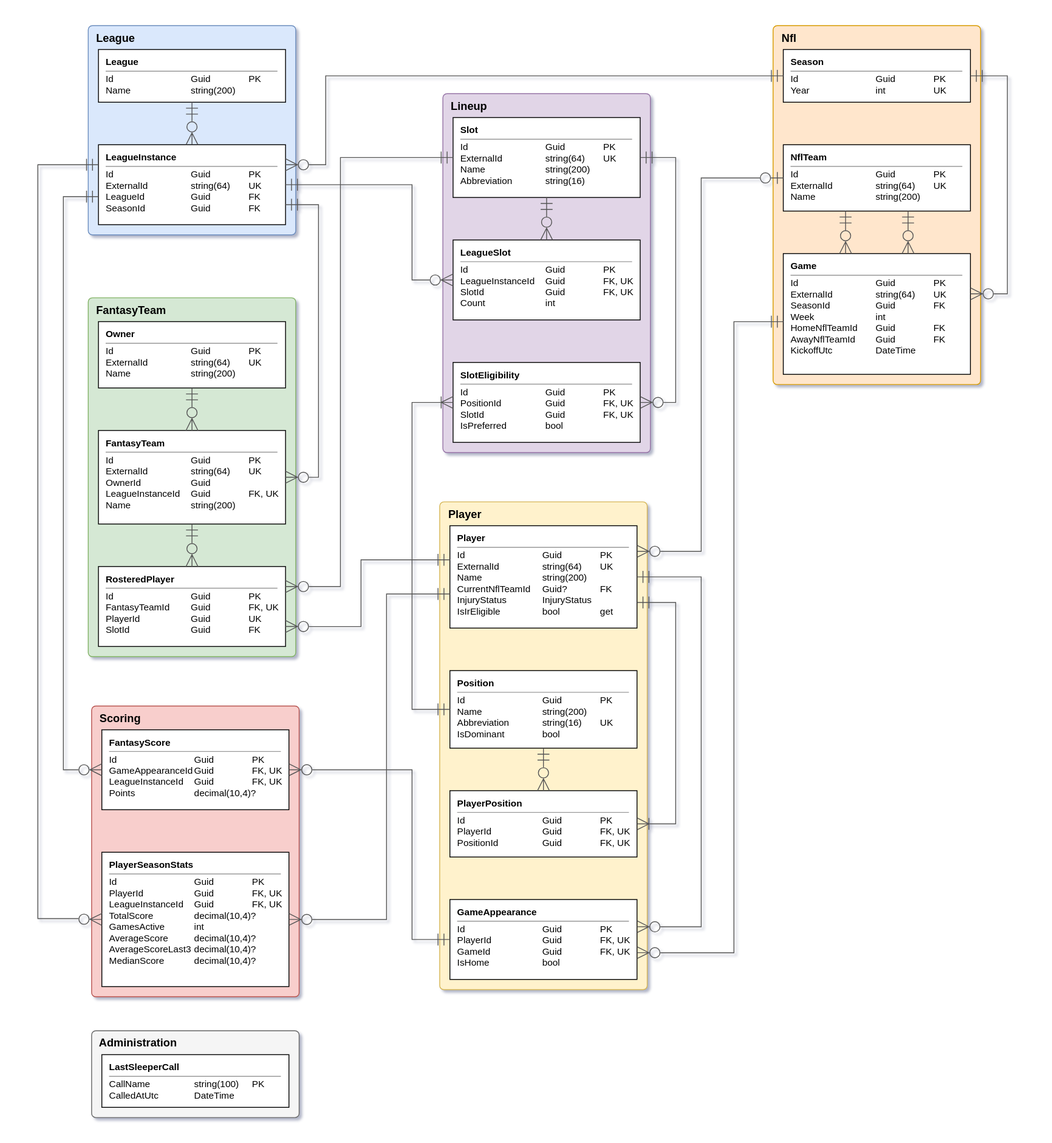
Above: FantasyInformator.Models/models.drawio.svg in MarijnPessers/FantasyInformator (draw.io), before the change. Source tidied: cells renumbered, new cells last; positions are measured from the earlier drawing's top-left corner, leaving out a move shared by most shapes.
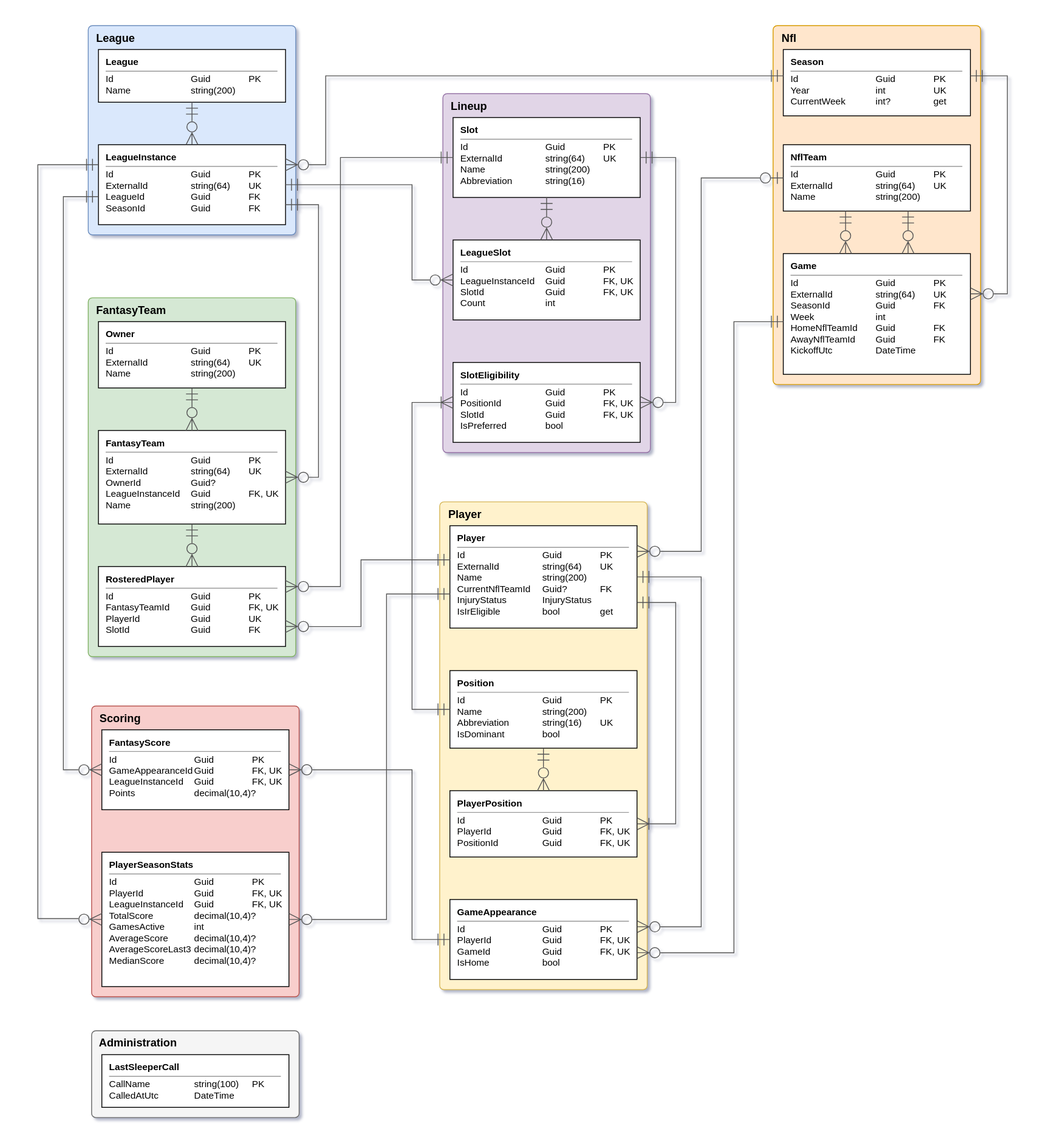
The same diagram one commit later.

Change to the diagram source:
```diff
@@ -17,7 +17,7 @@
     <mxCell id="6" value="&lt;b&gt;Owner&lt;/b&gt;&lt;hr size=&quot;1&quot;&gt;&lt;table cellspacing=&quot;0&quot; cellpadding=&quot;0&quot; style=&quot;font-size:11px;&quot;&gt;&lt;tr&gt;&lt;td style=&quot;white-space:nowrap;width:100px;&quot;&gt;Id&lt;/td&gt;&lt;td style=&quot;white-space:nowrap;width:68px;&quot;&gt;Guid&lt;/td&gt;&lt;td style=&quot;white-space:nowrap;&quot;&gt;PK&lt;/td&gt;&lt;/tr&gt;&lt;tr&gt;&lt;td style=&quot;white-space:nowrap;width:100px;&quot;&gt;ExternalId&lt;/td&gt;&lt;td style=&quot;white-space:nowrap;width:68px;&quot;&gt;string(64)&lt;/td&gt;&lt;td style=&quot;white-space:nowrap;&quot;&gt;UK&lt;/td&gt;&lt;/tr&gt;&lt;tr&gt;&lt;td style=&quot;white-space:nowrap;width:100px;&quot;&gt;Name&lt;/td&gt;&lt;td style=&quot;white-space:nowrap;width:68px;&quot;&gt;string(200)&lt;/td&gt;&lt;td style=&quot;white-space:nowrap;&quot;&gt;&lt;/td&gt;&lt;/tr&gt;&lt;/table&gt;" style="rounded=0;whiteSpace=wrap;html=1;align=left;verticalAlign=top;spacingLeft=6;fillColor=#ffffff;strokeColor=#000000;fontSize=11;" parent="5" vertex="1">
       <mxGeometry x="12" y="28" width="220" height="78" as="geometry" />
     </mxCell>
-    <mxCell id="7" value="&lt;b&gt;FantasyTeam&lt;/b&gt;&lt;hr size=&quot;1&quot;&gt;&lt;table cellspacing=&quot;0&quot; cellpadding=&quot;0&quot; style=&quot;font-size:11px;&quot;&gt;&lt;tr&gt;&lt;td style=&quot;white-space:nowrap;width:100px;&quot;&gt;Id&lt;/td&gt;&lt;td style=&quot;white-space:nowrap;width:68px;&quot;&gt;Guid&lt;/td&gt;&lt;td style=&quot;white-space:nowrap;&quot;&gt;PK&lt;/td&gt;&lt;/tr&gt;&lt;tr&gt;&lt;td style=&quot;white-space:nowrap;width:100px;&quot;&gt;ExternalId&lt;/td&gt;&lt;td style=&quot;white-space:nowrap;width:68px;&quot;&gt;string(64)&lt;/td&gt;&lt;td style=&quot;white-space:nowrap;&quot;&gt;UK&lt;/td&gt;&lt;/tr&gt;&lt;tr&gt;&lt;td style=&quot;white-space:nowrap;width:100px;&quot;&gt;OwnerId&lt;/td&gt;&lt;td style=&quot;white-space:nowrap;width:68px;&quot;&gt;Guid&lt;/td&gt;&lt;td style=&quot;white-space:nowrap;&quot;&gt;&lt;/td&gt;&lt;/tr&gt;&lt;tr&gt;&lt;td style=&quot;white-space:nowrap;width:100px;&quot;&gt;LeagueInstanceId&lt;/td&gt;&lt;td style=&quot;white-space:nowrap;width:68px;&quot;&gt;Guid&lt;/td&gt;&lt;td style=&quot;white-space:nowrap;&quot;&gt;FK, UK&lt;/td&gt;&lt;/tr&gt;&lt;tr&gt;&lt;td style=&quot;white-space:nowrap;width:100px;&quot;&gt;Name&lt;/td&gt;&lt;td style=&quot;white-space:nowrap;width:68px;&quot;&gt;string(200)&lt;/td&gt;&lt;td style=&quot;white-space:nowrap;&quot;&gt;&lt;/td&gt;&lt;/tr&gt;&lt;/table&gt;" style="rounded=0;whiteSpace=wrap;html=1;align=left;verticalAlign=top;spacingLeft=6;fillColor=#ffffff;strokeColor=#000000;fontSize=11;" parent="5" vertex="1">
+    <mxCell id="7" value="&lt;b&gt;FantasyTeam&lt;/b&gt;&lt;hr size=&quot;1&quot;&gt;&lt;table cellspacing=&quot;0&quot; cellpadding=&quot;0&quot; style=&quot;font-size:11px;&quot;&gt;&lt;tr&gt;&lt;td style=&quot;white-space:nowrap;width:100px;&quot;&gt;Id&lt;/td&gt;&lt;td style=&quot;white-space:nowrap;width:68px;&quot;&gt;Guid&lt;/td&gt;&lt;td style=&quot;white-space:nowrap;&quot;&gt;PK&lt;/td&gt;&lt;/tr&gt;&lt;tr&gt;&lt;td style=&quot;white-space:nowrap;width:100px;&quot;&gt;ExternalId&lt;/td&gt;&lt;td style=&quot;white-space:nowrap;width:68px;&quot;&gt;string(64)&lt;/td&gt;&lt;td style=&quot;white-space:nowrap;&quot;&gt;UK&lt;/td&gt;&lt;/tr&gt;&lt;tr&gt;&lt;td style=&quot;white-space:nowrap;width:100px;&quot;&gt;OwnerId&lt;/td&gt;&lt;td style=&quot;white-space:nowrap;width:68px;&quot;&gt;Guid?&lt;/td&gt;&lt;td style=&quot;white-space:nowrap;&quot;&gt;&lt;/td&gt;&lt;/tr&gt;&lt;tr&gt;&lt;td style=&quot;white-space:nowrap;width:100px;&quot;&gt;LeagueInstanceId&lt;/td&gt;&lt;td style=&quot;white-space:nowrap;width:68px;&quot;&gt;Guid&lt;/td&gt;&lt;td style=&quot;white-space:nowrap;&quot;&gt;FK, UK&lt;/td&gt;&lt;/tr&gt;&lt;tr&gt;&lt;td style=&quot;white-space:nowrap;width:100px;&quot;&gt;Name&lt;/td&gt;&lt;td style=&quot;white-space:nowrap;width:68px;&quot;&gt;string(200)&lt;/td&gt;&lt;td style=&quot;white-space:nowrap;&quot;&gt;&lt;/td&gt;&lt;/tr&gt;&lt;/table&gt;" style="rounded=0;whiteSpace=wrap;html=1;align=left;verticalAlign=top;spacingLeft=6;fillColor=#ffffff;strokeColor=#000000;fontSize=11;" parent="5" vertex="1">
       <mxGeometry x="12" y="156" width="220" height="110" as="geometry" />
     </mxCell>
     <mxCell id="8" value="&lt;b&gt;RosteredPlayer&lt;/b&gt;&lt;hr size=&quot;1&quot;&gt;&lt;table cellspacing=&quot;0&quot; cellpadding=&quot;0&quot; style=&quot;font-size:11px;&quot;&gt;&lt;tr&gt;&lt;td style=&quot;white-space:nowrap;width:100px;&quot;&gt;Id&lt;/td&gt;&lt;td style=&quot;white-space:nowrap;width:68px;&quot;&gt;Guid&lt;/td&gt;&lt;td style=&quot;white-space:nowrap;&quot;&gt;PK&lt;/td&gt;&lt;/tr&gt;&lt;tr&gt;&lt;td style=&quot;white-space:nowrap;width:100px;&quot;&gt;FantasyTeamId&lt;/td&gt;&lt;td style=&quot;white-space:nowrap;width:68px;&quot;&gt;Guid&lt;/td&gt;&lt;td style=&quot;white-space:nowrap;&quot;&gt;FK, UK&lt;/td&gt;&lt;/tr&gt;&lt;tr&gt;&lt;td style=&quot;white-space:nowrap;width:100px;&quot;&gt;PlayerId&lt;/td&gt;&lt;td style=&quot;white-space:nowrap;width:68px;&quot;&gt;Guid&lt;/td&gt;&lt;td style=&quot;white-space:nowrap;&quot;&gt;UK&lt;/td&gt;&lt;/tr&gt;&lt;tr&gt;&lt;td style=&quot;white-space:nowrap;width:100px;&quot;&gt;SlotId&lt;/td&gt;&lt;td style=&quot;white-space:nowrap;width:68px;&quot;&gt;Guid&lt;/td&gt;&lt;td style=&quot;white-space:nowrap;&quot;&gt;FK&lt;/td&gt;&lt;/tr&gt;&lt;/table&gt;" style="rounded=0;whiteSpace=wrap;html=1;align=left;verticalAlign=top;spacingLeft=6;fillColor=#ffffff;strokeColor=#000000;fontSize=11;" parent="5" vertex="1">
@@ -47,8 +47,8 @@
     <mxCell id="16" value="Nfl" style="rounded=1;arcSize=2;whiteSpace=wrap;html=1;verticalAlign=top;align=left;spacingLeft=8;fontStyle=1;fontSize=13;fillColor=#ffe6cc;strokeColor=#d79b00;" parent="1" vertex="1">
       <mxGeometry x="864.5" y="-0.3" width="244" height="422" as="geometry" />
     </mxCell>
-    <mxCell id="17" value="&lt;b&gt;Season&lt;/b&gt;&lt;hr size=&quot;1&quot;&gt;&lt;table cellspacing=&quot;0&quot; cellpadding=&quot;0&quot; style=&quot;font-size:11px;&quot;&gt;&lt;tr&gt;&lt;td style=&quot;white-space:nowrap;width:100px;&quot;&gt;Id&lt;/td&gt;&lt;td style=&quot;white-space:nowrap;width:68px;&quot;&gt;Guid&lt;/td&gt;&lt;td style=&quot;white-space:nowrap;&quot;&gt;PK&lt;/td&gt;&lt;/tr&gt;&lt;tr&gt;&lt;td style=&quot;white-space:nowrap;width:100px;&quot;&gt;Year&lt;/td&gt;&lt;td style=&quot;white-space:nowrap;width:68px;&quot;&gt;int&lt;/td&gt;&lt;td style=&quot;white-space:nowrap;&quot;&gt;UK&lt;/td&gt;&lt;/tr&gt;&lt;/table&gt;" style="rounded=0;whiteSpace=wrap;html=1;align=left;verticalAlign=top;spacingLeft=6;fillColor=#ffffff;strokeColor=#000000;fontSize=11;" parent="16" vertex="1">
-      <mxGeometry x="12" y="28" width="220" height="62" as="geometry" />
+    <mxCell id="17" value="&lt;b&gt;Season&lt;/b&gt;&lt;hr size=&quot;1&quot;&gt;&lt;table cellspacing=&quot;0&quot; cellpadding=&quot;0&quot; style=&quot;font-size:11px;&quot;&gt;&lt;tr&gt;&lt;td style=&quot;white-space:nowrap;width:100px;&quot;&gt;Id&lt;/td&gt;&lt;td style=&quot;white-space:nowrap;width:68px;&quot;&gt;Guid&lt;/td&gt;&lt;td style=&quot;white-space:nowrap;&quot;&gt;PK&lt;/td&gt;&lt;/tr&gt;&lt;tr&gt;&lt;td style=&quot;white-space:nowrap;width:100px;&quot;&gt;Year&lt;/td&gt;&lt;td style=&quot;white-space:nowrap;width:68px;&quot;&gt;int&lt;/td&gt;&lt;td style=&quot;white-space:nowrap;&quot;&gt;UK&lt;/td&gt;&lt;/tr&gt;&lt;tr&gt;&lt;td style=&quot;white-space:nowrap;width:100px;&quot;&gt;CurrentWeek&lt;/td&gt;&lt;td style=&quot;white-space:nowrap;width:68px;&quot;&gt;int?&lt;/td&gt;&lt;td style=&quot;white-space:nowrap;&quot;&gt;get&lt;/td&gt;&lt;/tr&gt;&lt;/table&gt;" style="rounded=0;whiteSpace=wrap;html=1;align=left;verticalAlign=top;spacingLeft=6;fillColor=#ffffff;strokeColor=#000000;fontSize=11;" parent="16" vertex="1">
+      <mxGeometry x="12" y="28" width="220" height="78" as="geometry" />
     </mxCell>
     <mxCell id="18" value="&lt;b&gt;NflTeam&lt;/b&gt;&lt;hr size=&quot;1&quot;&gt;&lt;table cellspacing=&quot;0&quot; cellpadding=&quot;0&quot; style=&quot;font-size:11px;&quot;&gt;&lt;tr&gt;&lt;td style=&quot;white-space:nowrap;width:100px;&quot;&gt;Id&lt;/td&gt;&lt;td style=&quot;white-space:nowrap;width:68px;&quot;&gt;Guid&lt;/td&gt;&lt;td style=&quot;white-space:nowrap;&quot;&gt;PK&lt;/td&gt;&lt;/tr&gt;&lt;tr&gt;&lt;td style=&quot;white-space:nowrap;width:100px;&quot;&gt;ExternalId&lt;/td&gt;&lt;td style=&quot;white-space:nowrap;width:68px;&quot;&gt;string(64)&lt;/td&gt;&lt;td style=&quot;white-space:nowrap;&quot;&gt;UK&lt;/td&gt;&lt;/tr&gt;&lt;tr&gt;&lt;td style=&quot;white-space:nowrap;width:100px;&quot;&gt;Name&lt;/td&gt;&lt;td style=&quot;white-space:nowrap;width:68px;&quot;&gt;string(200)&lt;/td&gt;&lt;td style=&quot;white-space:nowrap;&quot;&gt;&lt;/td&gt;&lt;/tr&gt;&lt;/table&gt;" style="rounded=0;whiteSpace=wrap;html=1;align=left;verticalAlign=top;spacingLeft=6;fillColor=#ffffff;strokeColor=#000000;fontSize=11;" parent="16" vertex="1">
       <mxGeometry x="12" y="140" width="220" height="78" as="geometry" />
```
